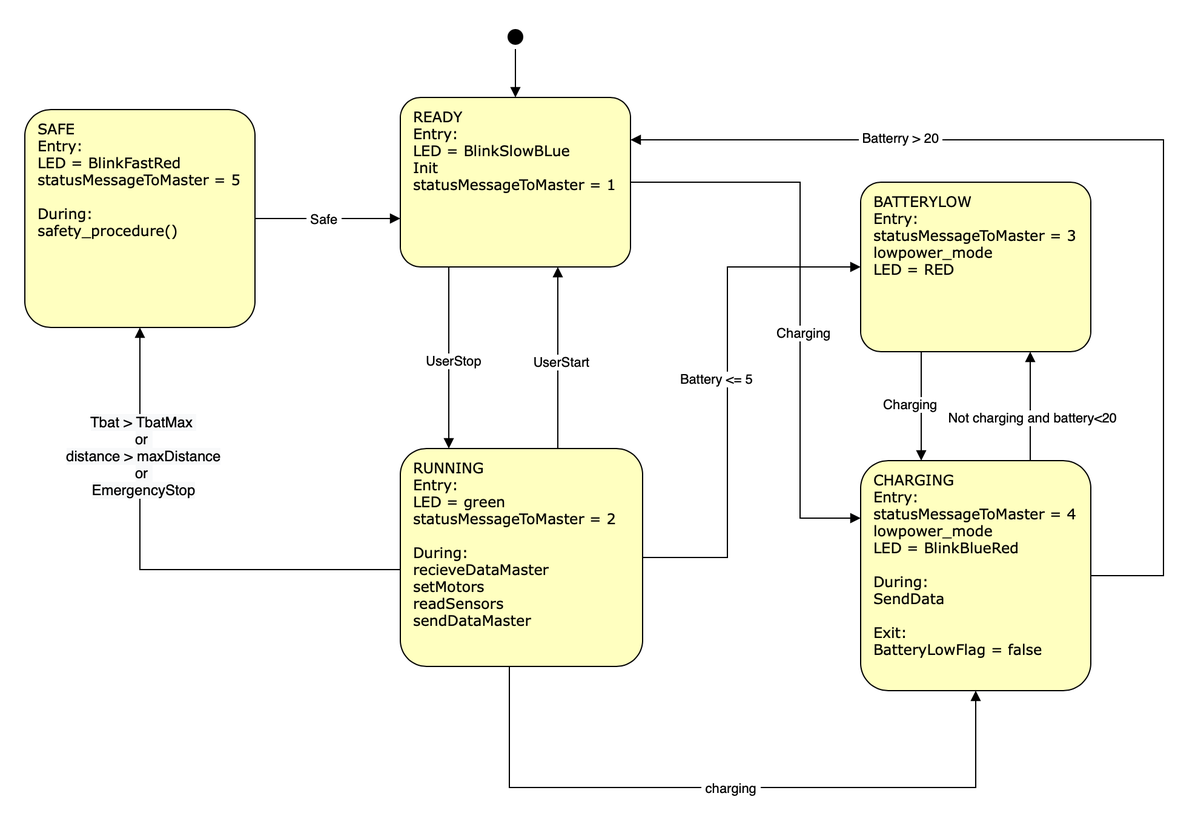
Before: StateMachineMCU.png, a diagram exported from draw.io (fontysrobotics/AGV_control_ROS_MCU). Source tidied: cells renumbered, new cells last; positions are measured from the earlier drawing's top-left corner, leaving out a move shared by most shapes.
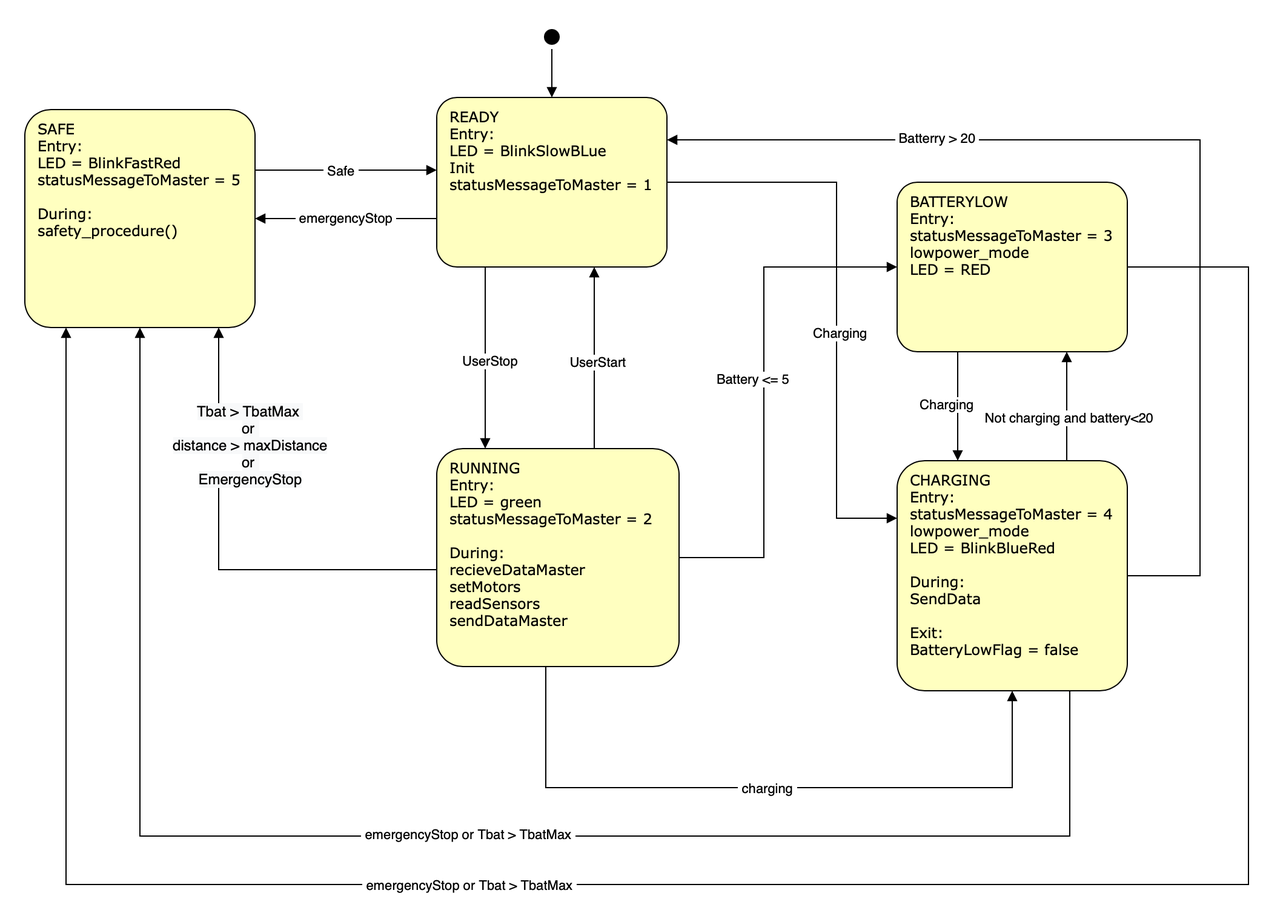
Above is the later version.

The edit, as a diff of the source:
```diff
@@ -30,6 +30,14 @@
     <mxCell id="7" value="UserStop" style="edgeLabel;html=1;align=center;verticalAlign=middle;" parent="6" vertex="1">
       <mxGeometry x="0.03" y="3" relative="1" as="geometry" />
     </mxCell>
+    <mxCell id="29" value="&amp;nbsp;emergencyStop&amp;nbsp;" style="edgeStyle=orthogonalEdgeStyle;rounded=0;jettySize=auto;html=1;startArrow=none;startFill=0;endArrow=block;endFill=1;strokeColor=#000000;" parent="1" edge="1" source="8" target="20">
+      <mxGeometry relative="1" as="geometry">
+        <Array as="points">
+          <mxPoint x="290" y="160" />
+          <mxPoint x="290" y="160" />
+        </Array>
+      </mxGeometry>
+    </mxCell>
     <mxCell id="8" value="&lt;div&gt;READY&lt;/div&gt;&lt;div&gt;Entry:&lt;/div&gt;&lt;div&gt;LED = BlinkSlowBLue&lt;/div&gt;&lt;div&gt;Init&lt;/div&gt;&lt;div&gt;statusMessageToMaster = 1&lt;/div&gt;" style="rounded=1;whiteSpace=wrap;html=1;arcSize=12;fillColor=#ffffc0;shadow=0;comic=0;labelBackgroundColor=none;fontFamily=Verdana;fontSize=12;fontColor=#000000;align=left;verticalAlign=top;spacingLeft=9;glass=0;spacingTop=3;" parent="1" vertex="1">
       <mxGeometry x="310" y="60" width="190" height="140" as="geometry" />
     </mxCell>
@@ -49,13 +57,14 @@
     <mxCell id="11" style="edgeStyle=orthogonalEdgeStyle;rounded=0;jettySize=auto;html=1;startArrow=none;startFill=0;endArrow=block;endFill=1;strokeColor=#000000;" parent="1" edge="1" source="17" target="20">
       <mxGeometry relative="1" as="geometry">
         <Array as="points">
-          <mxPoint x="300" y="450" />
-          <mxPoint x="300" y="450" />
+          <mxPoint x="130" y="450" />
         </Array>
       </mxGeometry>
     </mxCell>
     <mxCell id="12" value="&lt;span style=&quot;font-size: 12px ; background-color: rgb(248 , 249 , 250)&quot;&gt;Tbat &amp;gt; TbatMax&amp;nbsp;&lt;/span&gt;&lt;br style=&quot;font-size: 12px&quot;&gt;&lt;span style=&quot;font-size: 12px ; background-color: rgb(248 , 249 , 250)&quot;&gt;or&amp;nbsp;&lt;/span&gt;&lt;br style=&quot;font-size: 12px&quot;&gt;&lt;span style=&quot;font-size: 12px ; background-color: rgb(248 , 249 , 250)&quot;&gt;distance &amp;gt; maxDistance&lt;br&gt;or&amp;nbsp;&lt;br&gt;EmergencyStop&lt;br&gt;&lt;/span&gt;" style="edgeLabel;html=1;align=center;verticalAlign=middle;" parent="11" vertex="1">
-      <mxGeometry x="0.49" y="-2" relative="1" as="geometry" />
+      <mxGeometry x="0.49" y="-2" relative="1" as="geometry">
+        <mxPoint x="23" as="offset" />
+      </mxGeometry>
     </mxCell>
     <mxCell id="13" style="edgeStyle=orthogonalEdgeStyle;rounded=0;jettySize=auto;html=1;entryX=0.5;entryY=1;entryDx=0;entryDy=0;startArrow=none;startFill=0;endArrow=block;endFill=1;strokeColor=#000000;" parent="1" edge="1" source="17" target="28">
       <mxGeometry relative="1" as="geometry">
@@ -87,8 +96,8 @@
     <mxCell id="18" style="edgeStyle=orthogonalEdgeStyle;rounded=0;jettySize=auto;html=1;startArrow=none;startFill=0;endArrow=block;endFill=1;strokeColor=#000000;" parent="1" edge="1" source="20" target="8">
       <mxGeometry relative="1" as="geometry">
         <Array as="points">
-          <mxPoint x="170" y="130" />
-          <mxPoint x="170" y="130" />
+          <mxPoint x="270" y="120" />
+          <mxPoint x="270" y="120" />
         </Array>
       </mxGeometry>
     </mxCell>
@@ -96,7 +105,7 @@
       <mxGeometry x="-0.07" relative="1" as="geometry" />
     </mxCell>
     <mxCell id="20" value="&lt;div&gt;SAFE&lt;/div&gt;&lt;div&gt;Entry:&lt;br&gt;&lt;/div&gt;&lt;div&gt;LED = BlinkFastRed&lt;br&gt;&lt;/div&gt;&lt;div&gt;statusMessageToMaster = 5&lt;br&gt;&lt;/div&gt;&lt;div&gt;&lt;br&gt;&lt;/div&gt;&lt;div&gt;During:&lt;/div&gt;&lt;div&gt;safety_procedure()&lt;/div&gt;&lt;div&gt;&lt;br&gt;&lt;/div&gt;&lt;div&gt;&lt;br&gt;&lt;/div&gt;&lt;div&gt;&lt;br&gt;&lt;/div&gt;" style="rounded=1;whiteSpace=wrap;html=1;arcSize=12;fillColor=#ffffc0;shadow=0;comic=0;labelBackgroundColor=none;fontFamily=Verdana;fontSize=12;fontColor=#000000;align=left;verticalAlign=top;spacingLeft=9;glass=0;spacingTop=3;" parent="1" vertex="1">
-      <mxGeometry y="70" width="190" height="180" as="geometry" />
+      <mxGeometry x="-30" y="70" width="190" height="180" as="geometry" />
     </mxCell>
     <mxCell id="21" style="edgeStyle=orthogonalEdgeStyle;rounded=0;jettySize=auto;html=1;startArrow=none;startFill=0;endArrow=block;endFill=1;strokeColor=#000000;" parent="1" edge="1" source="23" target="28">
       <mxGeometry relative="1" as="geometry">
@@ -111,6 +120,19 @@
         <mxPoint x="-10" as="offset" />
       </mxGeometry>
     </mxCell>
+    <mxCell id="30" style="edgeStyle=orthogonalEdgeStyle;rounded=0;jettySize=auto;html=1;startArrow=none;startFill=0;endArrow=block;endFill=1;strokeColor=#000000;" parent="1" edge="1" source="23">
+      <mxGeometry relative="1" as="geometry">
+        <mxPoint x="4" y="250" as="targetPoint" />
+        <Array as="points">
+          <mxPoint x="980" y="200" />
+          <mxPoint x="980" y="710" />
+          <mxPoint x="4" y="710" />
+        </Array>
+      </mxGeometry>
+    </mxCell>
+    <mxCell id="31" value="&amp;nbsp;emergencyStop or Tbat &amp;gt; TbatMax&amp;nbsp;" style="edgeLabel;html=1;align=center;verticalAlign=middle;" parent="30" vertex="1">
+      <mxGeometry x="0.23" relative="1" as="geometry" />
+    </mxCell>
     <mxCell id="23" value="&lt;div&gt;BATTERYLOW&lt;/div&gt;&lt;div&gt;Entry:&lt;/div&gt;&lt;div&gt;statusMessageToMaster = 3&lt;br&gt;&lt;/div&gt;&lt;div&gt;lowpower_mode&lt;/div&gt;&lt;div&gt;LED = RED&lt;/div&gt;&lt;div&gt;&lt;br&gt;&lt;/div&gt;&lt;div&gt;&lt;br&gt;&lt;/div&gt;&lt;div&gt;&lt;br&gt;&lt;/div&gt;" style="rounded=1;whiteSpace=wrap;html=1;arcSize=12;fillColor=#ffffc0;shadow=0;comic=0;labelBackgroundColor=none;fontFamily=Verdana;fontSize=12;fontColor=#000000;align=left;verticalAlign=top;spacingLeft=9;glass=0;spacingTop=3;" parent="1" vertex="1">
       <mxGeometry x="690" y="130" width="190" height="140" as="geometry" />
     </mxCell>
@@ -136,6 +158,21 @@
     <mxCell id="27" value="Not charging and battery&amp;lt;20" style="edgeLabel;html=1;align=center;verticalAlign=middle;" parent="26" vertex="1">
       <mxGeometry x="-0.2" y="-1" relative="1" as="geometry" />
     </mxCell>
+    <mxCell id="32" style="edgeStyle=orthogonalEdgeStyle;rounded=0;jettySize=auto;html=1;exitX=0.75;exitY=1;exitDx=0;exitDy=0;startArrow=none;startFill=0;endArrow=block;endFill=1;strokeColor=#000000;" parent="1" edge="1" source="28">
+      <mxGeometry relative="1" as="geometry">
+        <mxPoint x="65" y="250" as="targetPoint" />
+        <Array as="points">
+          <mxPoint x="833" y="670" />
+          <mxPoint x="65" y="670" />
+          <mxPoint x="65" y="250" />
+        </Array>
+      </mxGeometry>
+    </mxCell>
+    <mxCell id="33" value="&amp;nbsp;emergencyStop or Tbat &amp;gt; TbatMax&amp;nbsp;" style="edgeLabel;html=1;align=center;verticalAlign=middle;" parent="32" vertex="1">
+      <mxGeometry x="-0.06" y="-2" relative="1" as="geometry">
+        <mxPoint x="1" as="offset" />
+      </mxGeometry>
+    </mxCell>
     <mxCell id="28" value="&lt;div&gt;CHARGING&lt;/div&gt;&lt;div&gt;Entry:&lt;/div&gt;&lt;div&gt;statusMessageToMaster = 4&lt;br&gt;&lt;/div&gt;&lt;div&gt;lowpower_mode&lt;/div&gt;&lt;div&gt;LED = BlinkBlueRed&lt;/div&gt;&lt;div&gt;&lt;br&gt;&lt;/div&gt;&lt;div&gt;During:&amp;nbsp;&lt;/div&gt;&lt;div&gt;SendData&lt;/div&gt;&lt;div&gt;&lt;br&gt;&lt;/div&gt;&lt;div&gt;Exit:&lt;/div&gt;&lt;div&gt;BatteryLowFlag = false&lt;/div&gt;&lt;div&gt;&lt;br&gt;&lt;/div&gt;" style="rounded=1;whiteSpace=wrap;html=1;arcSize=12;fillColor=#ffffc0;shadow=0;comic=0;labelBackgroundColor=none;fontFamily=Verdana;fontSize=12;fontColor=#000000;align=left;verticalAlign=top;spacingLeft=9;glass=0;spacingTop=3;" parent="1" vertex="1">
       <mxGeometry x="690" y="360" width="190" height="190" as="geometry" />
     </mxCell>
```
